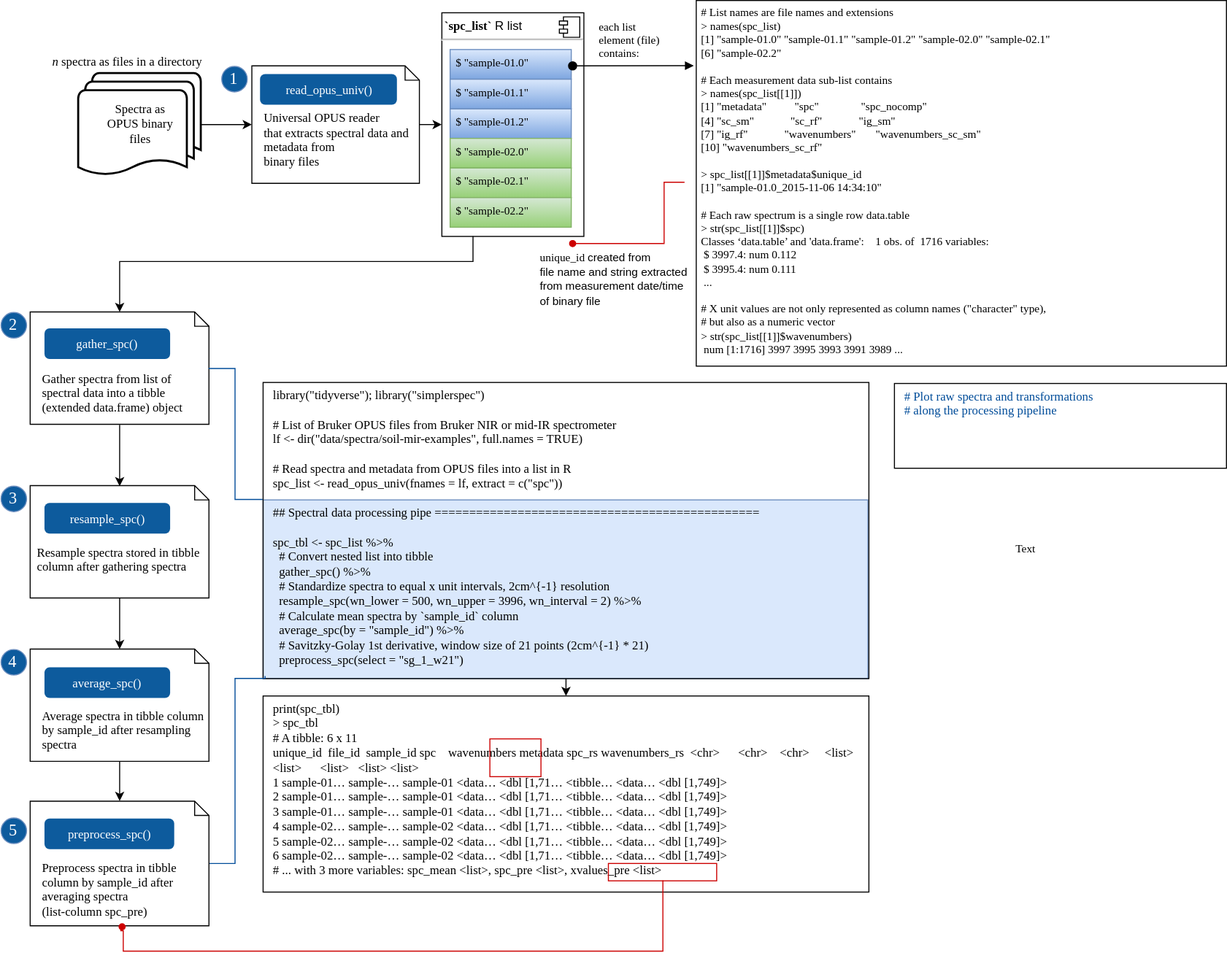
Before: simplerspec-read-proc-tibble.svg, a diagram exported from draw.io (philipp-baumann/spectro-platform-graphs). Source tidied: cells renumbered, new cells last; positions are measured from the earlier drawing's top-left corner, leaving out a move shared by most shapes.
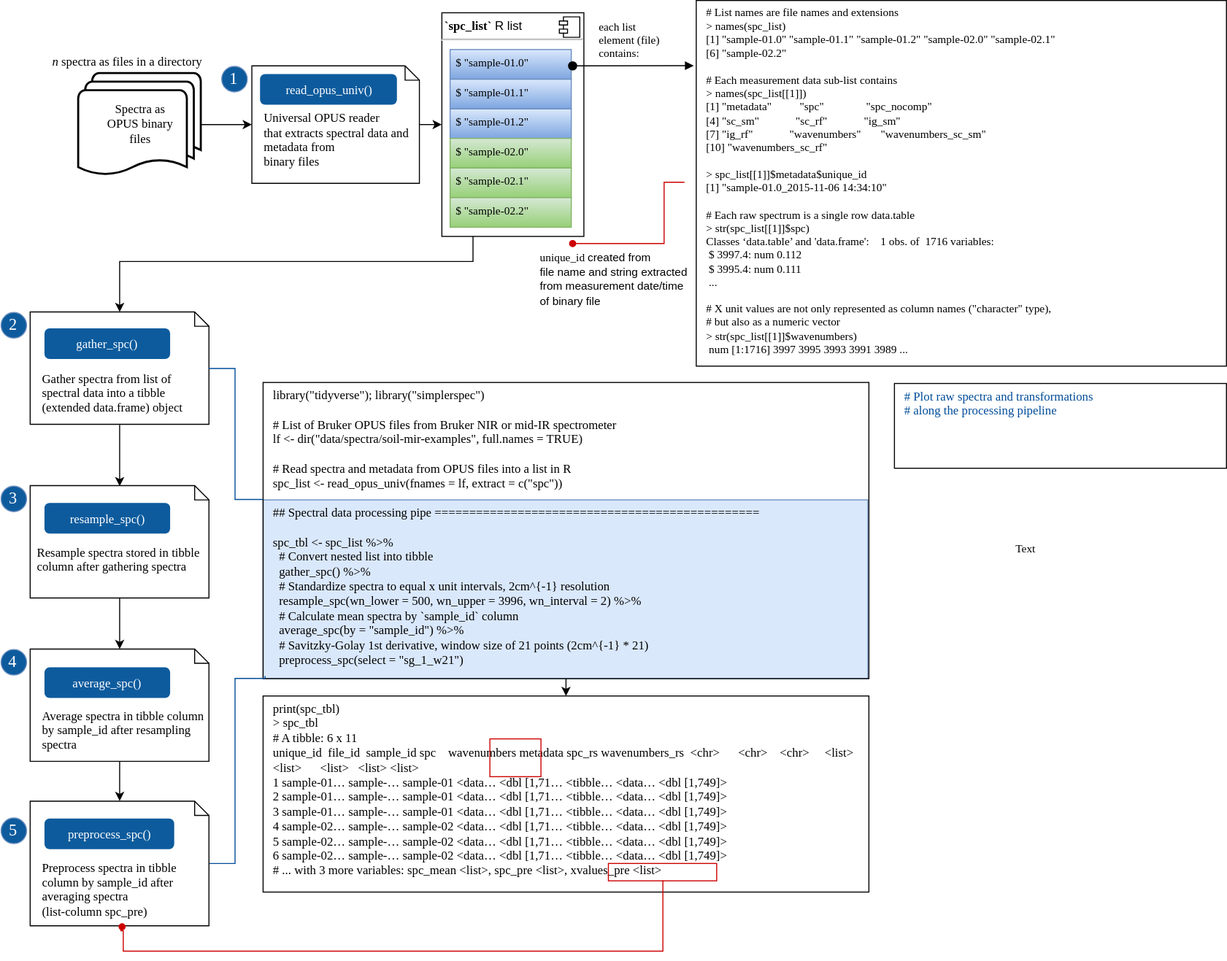
The same file after the commit.

Commit message:
Add space on left for list output text

Change to the diagram source:
```diff
@@ -124,7 +124,7 @@
     <mxCell id="35" value="print(spc_tbl)&#10;&gt; spc_tbl&#10;# A tibble: 6 x 11  &#10;unique_id  file_id  sample_id spc    wavenumbers metadata spc_rs wavenumbers_rs  &lt;chr&gt;      &lt;chr&gt;    &lt;chr&gt;     &lt;list&gt; &lt;list&gt;      &lt;list&gt;   &lt;list&gt; &lt;list&gt;        &#10;1 sample-01… sample-… sample-01 &lt;data… &lt;dbl [1,71… &lt;tibble… &lt;data… &lt;dbl [1,749]&gt; &#10;2 sample-01… sample-… sample-01 &lt;data… &lt;dbl [1,71… &lt;tibble… &lt;data… &lt;dbl [1,749]&gt; &#10;3 sample-01… sample-… sample-01 &lt;data… &lt;dbl [1,71… &lt;tibble… &lt;data… &lt;dbl [1,749]&gt; &#10;4 sample-02… sample-… sample-02 &lt;data… &lt;dbl [1,71… &lt;tibble… &lt;data… &lt;dbl [1,749]&gt; &#10;5 sample-02… sample-… sample-02 &lt;data… &lt;dbl [1,71… &lt;tibble… &lt;data… &lt;dbl [1,749]&gt; &#10;6 sample-02… sample-… sample-02 &lt;data… &lt;dbl [1,71… &lt;tibble… &lt;data… &lt;dbl [1,749]&gt; &#10;# ... with 3 more variables: spc_mean &lt;list&gt;, spc_pre &lt;list&gt;, xvalues_pre &lt;list&gt;" style="text;spacing=5;spacingTop=-4;whiteSpace=wrap;overflow=hidden;strokeColor=#000000;align=left;fontFamily=Fira Code;fontSize=12;spacingLeft=5;" parent="1" vertex="1">
       <mxGeometry x="257" y="681" width="593" height="192" as="geometry" />
     </mxCell>
-    <mxCell id="36" value="# List names are file names and extensions&#10;&gt; names(spc_list)&#10;[1] &quot;sample-01.0&quot; &quot;sample-01.1&quot; &quot;sample-01.2&quot; &quot;sample-02.0&quot; &quot;sample-02.1&quot;&#10;[6] &quot;sample-02.2&quot;&#10;&#10;# Each measurement data sub-list contains&#10;&gt; names(spc_list[[1]]) &#10;[1] &quot;metadata&quot;          &quot;spc&quot;               &quot;spc_nocomp&quot;&#10;[4] &quot;sc_sm&quot;             &quot;sc_rf&quot;             &quot;ig_sm&quot;&#10;[7] &quot;ig_rf&quot;             &quot;wavenumbers&quot;       &quot;wavenumbers_sc_sm&quot;&#10;[10] &quot;wavenumbers_sc_rf&quot;&#10;&#10;&gt; spc_list[[1]]$metadata$unique_id&#10;[1] &quot;sample-01.0_2015-11-06 14:34:10&quot;&#10;&#10;# Each raw spectrum is a single row data.table&#10;&gt; str(spc_list[[1]]$spc)&#10;Classes ‘data.table’ and 'data.frame':    1 obs. of  1716 variables:&#10; $ 3997.4: num 0.112  &#10; $ 3995.4: num 0.111&#10; ...&#10;&#10;# X unit values are not only represented as column names (&quot;character&quot; type),&#10;# but also as a numeric vector&#10;&gt; str(spc_list[[1]]$wavenumbers)&#10; num [1:1716] 3997 3995 3993 3991 3989 ... &#10;&#10;" style="text;spacing=5;spacingTop=-4;whiteSpace=wrap;overflow=hidden;strokeColor=#000000;align=left;fontFamily=Fira Code;fontSize=11;" parent="1" vertex="1">
+    <mxCell id="36" value="# List names are file names and extensions&#10;&gt; names(spc_list)&#10;[1] &quot;sample-01.0&quot; &quot;sample-01.1&quot; &quot;sample-01.2&quot; &quot;sample-02.0&quot; &quot;sample-02.1&quot;&#10;[6] &quot;sample-02.2&quot;&#10;&#10;# Each measurement data sub-list contains&#10;&gt; names(spc_list[[1]]) &#10;[1] &quot;metadata&quot;          &quot;spc&quot;               &quot;spc_nocomp&quot;&#10;[4] &quot;sc_sm&quot;             &quot;sc_rf&quot;             &quot;ig_sm&quot;&#10;[7] &quot;ig_rf&quot;             &quot;wavenumbers&quot;       &quot;wavenumbers_sc_sm&quot;&#10;[10] &quot;wavenumbers_sc_rf&quot;&#10;&#10;&gt; spc_list[[1]]$metadata$unique_id&#10;[1] &quot;sample-01.0_2015-11-06 14:34:10&quot;&#10;&#10;# Each raw spectrum is a single row data.table&#10;&gt; str(spc_list[[1]]$spc)&#10;Classes ‘data.table’ and 'data.frame':    1 obs. of  1716 variables:&#10; $ 3997.4: num 0.112  &#10; $ 3995.4: num 0.111&#10; ...&#10;&#10;# X unit values are not only represented as column names (&quot;character&quot; type),&#10;# but also as a numeric vector&#10;&gt; str(spc_list[[1]]$wavenumbers)&#10; num [1:1716] 3997 3995 3993 3991 3989 ... &#10;&#10;" style="text;spacing=5;spacingTop=-4;whiteSpace=wrap;overflow=hidden;strokeColor=#000000;align=left;fontFamily=Fira Code;fontSize=11;spacingLeft=5;" parent="1" vertex="1">
       <mxGeometry x="681" width="519" height="358" as="geometry" />
     </mxCell>
     <mxCell id="37" style="rounded=0;whiteSpace=wrap;html=1;arcSize=40;fillColor=none;strokeColor=#CC0000;labelBackgroundColor=#ffffff;fontFamily=Courier New;fontSize=11;align=left;glass=1;" parent="1" vertex="1">
```
